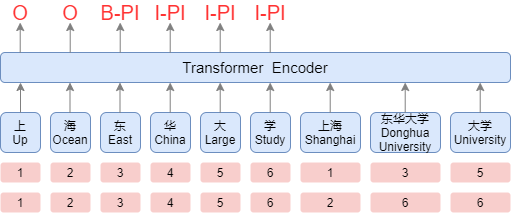
This is Flat-lattice Transformer.png from AddsionPaPa/NLP, a draw.io export, as it was before one commit. Source tidied: cells renumbered, new cells last; positions are measured from the earlier drawing's top-left corner, leaving out a move shared by most shapes.
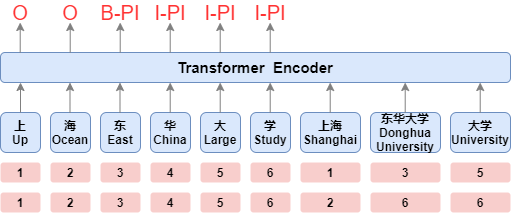
After the commit.

The edit, as a diff of the source:
```diff
@@ -2,88 +2,88 @@
   <root>
     <mxCell id="0" />
     <mxCell id="1" parent="0" />
-    <mxCell id="2" value="上&lt;br&gt;Up" style="rounded=1;whiteSpace=wrap;html=1;strokeColor=#6c8ebf;fillColor=#dae8fc;" parent="1" vertex="1">
+    <mxCell id="2" value="&lt;b&gt;上&lt;br&gt;Up&lt;/b&gt;" style="rounded=1;whiteSpace=wrap;html=1;strokeColor=#6c8ebf;fillColor=#dae8fc;" parent="1" vertex="1">
       <mxGeometry y="110" width="40" height="40" as="geometry" />
     </mxCell>
-    <mxCell id="3" value="1" style="rounded=1;whiteSpace=wrap;html=1;fillColor=#f8cecc;strokeColor=none;" parent="1" vertex="1">
+    <mxCell id="3" value="&lt;b&gt;1&lt;/b&gt;" style="rounded=1;whiteSpace=wrap;html=1;fillColor=#f8cecc;strokeColor=none;" parent="1" vertex="1">
       <mxGeometry y="160" width="40" height="20" as="geometry" />
     </mxCell>
-    <mxCell id="4" value="1" style="rounded=1;whiteSpace=wrap;html=1;fillColor=#f8cecc;strokeColor=none;" parent="1" vertex="1">
+    <mxCell id="4" value="&lt;b&gt;1&lt;/b&gt;" style="rounded=1;whiteSpace=wrap;html=1;fillColor=#f8cecc;strokeColor=none;" parent="1" vertex="1">
       <mxGeometry y="190" width="40" height="20" as="geometry" />
     </mxCell>
-    <mxCell id="5" value="海&lt;br&gt;Ocean" style="rounded=1;whiteSpace=wrap;html=1;strokeColor=#6c8ebf;fillColor=#dae8fc;" parent="1" vertex="1">
+    <mxCell id="5" value="&lt;b&gt;海&lt;br&gt;Ocean&lt;/b&gt;" style="rounded=1;whiteSpace=wrap;html=1;strokeColor=#6c8ebf;fillColor=#dae8fc;" parent="1" vertex="1">
       <mxGeometry x="50" y="110" width="40" height="40" as="geometry" />
     </mxCell>
-    <mxCell id="6" value="2" style="rounded=1;whiteSpace=wrap;html=1;fillColor=#f8cecc;strokeColor=none;" parent="1" vertex="1">
+    <mxCell id="6" value="&lt;b&gt;2&lt;/b&gt;" style="rounded=1;whiteSpace=wrap;html=1;fillColor=#f8cecc;strokeColor=none;" parent="1" vertex="1">
       <mxGeometry x="50" y="160" width="40" height="20" as="geometry" />
     </mxCell>
-    <mxCell id="7" value="2" style="rounded=1;whiteSpace=wrap;html=1;fillColor=#f8cecc;strokeColor=none;" parent="1" vertex="1">
+    <mxCell id="7" value="&lt;b&gt;2&lt;/b&gt;" style="rounded=1;whiteSpace=wrap;html=1;fillColor=#f8cecc;strokeColor=none;" parent="1" vertex="1">
       <mxGeometry x="50" y="190" width="40" height="20" as="geometry" />
     </mxCell>
-    <mxCell id="8" value="东&lt;br&gt;East" style="rounded=1;whiteSpace=wrap;html=1;strokeColor=#6c8ebf;fillColor=#dae8fc;" parent="1" vertex="1">
+    <mxCell id="8" value="&lt;b&gt;东&lt;br&gt;East&lt;/b&gt;" style="rounded=1;whiteSpace=wrap;html=1;strokeColor=#6c8ebf;fillColor=#dae8fc;" parent="1" vertex="1">
       <mxGeometry x="100" y="110" width="40" height="40" as="geometry" />
     </mxCell>
-    <mxCell id="9" value="3" style="rounded=1;whiteSpace=wrap;html=1;fillColor=#f8cecc;strokeColor=none;" parent="1" vertex="1">
+    <mxCell id="9" value="&lt;b&gt;3&lt;/b&gt;" style="rounded=1;whiteSpace=wrap;html=1;fillColor=#f8cecc;strokeColor=none;" parent="1" vertex="1">
       <mxGeometry x="100" y="160" width="40" height="20" as="geometry" />
     </mxCell>
-    <mxCell id="10" value="3" style="rounded=1;whiteSpace=wrap;html=1;fillColor=#f8cecc;strokeColor=none;" parent="1" vertex="1">
+    <mxCell id="10" value="&lt;b&gt;3&lt;/b&gt;" style="rounded=1;whiteSpace=wrap;html=1;fillColor=#f8cecc;strokeColor=none;" parent="1" vertex="1">
       <mxGeometry x="100" y="190" width="40" height="20" as="geometry" />
     </mxCell>
-    <mxCell id="11" value="华&lt;br&gt;China" style="rounded=1;whiteSpace=wrap;html=1;strokeColor=#6c8ebf;fillColor=#dae8fc;" parent="1" vertex="1">
+    <mxCell id="11" value="&lt;b&gt;华&lt;br&gt;China&lt;/b&gt;" style="rounded=1;whiteSpace=wrap;html=1;strokeColor=#6c8ebf;fillColor=#dae8fc;" parent="1" vertex="1">
       <mxGeometry x="150" y="110" width="40" height="40" as="geometry" />
     </mxCell>
-    <mxCell id="12" value="4" style="rounded=1;whiteSpace=wrap;html=1;fillColor=#f8cecc;strokeColor=none;" parent="1" vertex="1">
+    <mxCell id="12" value="&lt;b&gt;4&lt;/b&gt;" style="rounded=1;whiteSpace=wrap;html=1;fillColor=#f8cecc;strokeColor=none;" parent="1" vertex="1">
       <mxGeometry x="150" y="160" width="40" height="20" as="geometry" />
     </mxCell>
-    <mxCell id="13" value="4" style="rounded=1;whiteSpace=wrap;html=1;fillColor=#f8cecc;strokeColor=none;" parent="1" vertex="1">
+    <mxCell id="13" value="&lt;b&gt;4&lt;/b&gt;" style="rounded=1;whiteSpace=wrap;html=1;fillColor=#f8cecc;strokeColor=none;" parent="1" vertex="1">
       <mxGeometry x="150" y="190" width="40" height="20" as="geometry" />
     </mxCell>
-    <mxCell id="14" value="大&lt;br&gt;Large" style="rounded=1;whiteSpace=wrap;html=1;strokeColor=#6c8ebf;fillColor=#dae8fc;" parent="1" vertex="1">
+    <mxCell id="14" value="&lt;b&gt;大&lt;br&gt;Large&lt;/b&gt;" style="rounded=1;whiteSpace=wrap;html=1;strokeColor=#6c8ebf;fillColor=#dae8fc;" parent="1" vertex="1">
       <mxGeometry x="200" y="110" width="40" height="40" as="geometry" />
     </mxCell>
-    <mxCell id="15" value="5" style="rounded=1;whiteSpace=wrap;html=1;fillColor=#f8cecc;strokeColor=none;" parent="1" vertex="1">
+    <mxCell id="15" value="&lt;b&gt;5&lt;/b&gt;" style="rounded=1;whiteSpace=wrap;html=1;fillColor=#f8cecc;strokeColor=none;" parent="1" vertex="1">
       <mxGeometry x="200" y="160" width="40" height="20" as="geometry" />
     </mxCell>
-    <mxCell id="16" value="5" style="rounded=1;whiteSpace=wrap;html=1;fillColor=#f8cecc;strokeColor=none;" parent="1" vertex="1">
+    <mxCell id="16" value="&lt;b&gt;5&lt;/b&gt;" style="rounded=1;whiteSpace=wrap;html=1;fillColor=#f8cecc;strokeColor=none;" parent="1" vertex="1">
       <mxGeometry x="200" y="190" width="40" height="20" as="geometry" />
     </mxCell>
-    <mxCell id="17" value="学&lt;br&gt;Study" style="rounded=1;whiteSpace=wrap;html=1;strokeColor=#6c8ebf;fillColor=#dae8fc;" parent="1" vertex="1">
+    <mxCell id="17" value="&lt;b&gt;学&lt;br&gt;Study&lt;/b&gt;" style="rounded=1;whiteSpace=wrap;html=1;strokeColor=#6c8ebf;fillColor=#dae8fc;" parent="1" vertex="1">
       <mxGeometry x="250" y="110" width="40" height="40" as="geometry" />
     </mxCell>
-    <mxCell id="18" value="6" style="rounded=1;whiteSpace=wrap;html=1;fillColor=#f8cecc;strokeColor=none;" parent="1" vertex="1">
+    <mxCell id="18" value="&lt;b&gt;6&lt;/b&gt;" style="rounded=1;whiteSpace=wrap;html=1;fillColor=#f8cecc;strokeColor=none;" parent="1" vertex="1">
       <mxGeometry x="250" y="160" width="40" height="20" as="geometry" />
     </mxCell>
-    <mxCell id="19" value="6" style="rounded=1;whiteSpace=wrap;html=1;fillColor=#f8cecc;strokeColor=none;" parent="1" vertex="1">
+    <mxCell id="19" value="&lt;b&gt;6&lt;/b&gt;" style="rounded=1;whiteSpace=wrap;html=1;fillColor=#f8cecc;strokeColor=none;" parent="1" vertex="1">
       <mxGeometry x="250" y="190" width="40" height="20" as="geometry" />
     </mxCell>
-    <mxCell id="20" value="上海&lt;br&gt;Shanghai" style="rounded=1;whiteSpace=wrap;html=1;strokeColor=#6c8ebf;fillColor=#dae8fc;" parent="1" vertex="1">
+    <mxCell id="20" value="&lt;b&gt;上海&lt;br&gt;Shanghai&lt;/b&gt;" style="rounded=1;whiteSpace=wrap;html=1;strokeColor=#6c8ebf;fillColor=#dae8fc;" parent="1" vertex="1">
       <mxGeometry x="300" y="110" width="60" height="40" as="geometry" />
     </mxCell>
-    <mxCell id="21" value="1" style="rounded=1;whiteSpace=wrap;html=1;fillColor=#f8cecc;strokeColor=none;" parent="1" vertex="1">
+    <mxCell id="21" value="&lt;b&gt;1&lt;/b&gt;" style="rounded=1;whiteSpace=wrap;html=1;fillColor=#f8cecc;strokeColor=none;" parent="1" vertex="1">
       <mxGeometry x="300" y="160" width="60" height="20" as="geometry" />
     </mxCell>
-    <mxCell id="22" value="2" style="rounded=1;whiteSpace=wrap;html=1;fillColor=#f8cecc;strokeColor=none;" parent="1" vertex="1">
+    <mxCell id="22" value="&lt;b&gt;2&lt;/b&gt;" style="rounded=1;whiteSpace=wrap;html=1;fillColor=#f8cecc;strokeColor=none;" parent="1" vertex="1">
       <mxGeometry x="300" y="190" width="60" height="20" as="geometry" />
     </mxCell>
-    <mxCell id="23" value="东华大学&lt;br&gt;Donghua University" style="rounded=1;whiteSpace=wrap;html=1;strokeColor=#6c8ebf;fillColor=#dae8fc;" parent="1" vertex="1">
+    <mxCell id="23" value="&lt;b&gt;东华大学&lt;br&gt;Donghua University&lt;/b&gt;" style="rounded=1;whiteSpace=wrap;html=1;strokeColor=#6c8ebf;fillColor=#dae8fc;" parent="1" vertex="1">
       <mxGeometry x="370" y="110" width="70" height="40" as="geometry" />
     </mxCell>
-    <mxCell id="24" value="3" style="rounded=1;whiteSpace=wrap;html=1;fillColor=#f8cecc;strokeColor=none;" parent="1" vertex="1">
+    <mxCell id="24" value="&lt;b&gt;3&lt;/b&gt;" style="rounded=1;whiteSpace=wrap;html=1;fillColor=#f8cecc;strokeColor=none;" parent="1" vertex="1">
       <mxGeometry x="370" y="160" width="70" height="20" as="geometry" />
     </mxCell>
-    <mxCell id="25" value="6" style="rounded=1;whiteSpace=wrap;html=1;fillColor=#f8cecc;strokeColor=none;" parent="1" vertex="1">
+    <mxCell id="25" value="&lt;b&gt;6&lt;/b&gt;" style="rounded=1;whiteSpace=wrap;html=1;fillColor=#f8cecc;strokeColor=none;" parent="1" vertex="1">
       <mxGeometry x="370" y="190" width="70" height="20" as="geometry" />
     </mxCell>
-    <mxCell id="26" value="大学&lt;br&gt;University" style="rounded=1;whiteSpace=wrap;html=1;strokeColor=#6c8ebf;fillColor=#dae8fc;" parent="1" vertex="1">
+    <mxCell id="26" value="&lt;b&gt;大学&lt;br&gt;University&lt;/b&gt;" style="rounded=1;whiteSpace=wrap;html=1;strokeColor=#6c8ebf;fillColor=#dae8fc;" parent="1" vertex="1">
       <mxGeometry x="450" y="110" width="60" height="40" as="geometry" />
     </mxCell>
-    <mxCell id="27" value="5" style="rounded=1;whiteSpace=wrap;html=1;fillColor=#f8cecc;strokeColor=none;" parent="1" vertex="1">
+    <mxCell id="27" value="&lt;b&gt;5&lt;/b&gt;" style="rounded=1;whiteSpace=wrap;html=1;fillColor=#f8cecc;strokeColor=none;" parent="1" vertex="1">
       <mxGeometry x="450" y="160" width="60" height="20" as="geometry" />
     </mxCell>
-    <mxCell id="28" value="6" style="rounded=1;whiteSpace=wrap;html=1;fillColor=#f8cecc;strokeColor=none;" parent="1" vertex="1">
+    <mxCell id="28" value="&lt;b&gt;6&lt;/b&gt;" style="rounded=1;whiteSpace=wrap;html=1;fillColor=#f8cecc;strokeColor=none;" parent="1" vertex="1">
       <mxGeometry x="450" y="190" width="60" height="20" as="geometry" />
     </mxCell>
-    <mxCell id="29" value="&lt;font style=&quot;font-size: 15px&quot;&gt;Transformer&amp;nbsp; Encoder&lt;/font&gt;" style="rounded=1;whiteSpace=wrap;html=1;strokeColor=#6c8ebf;fillColor=#dae8fc;" parent="1" vertex="1">
+    <mxCell id="29" value="&lt;font style=&quot;font-size: 15px&quot;&gt;&lt;b&gt;Transformer&amp;nbsp; Encoder&lt;/b&gt;&lt;/font&gt;" style="rounded=1;whiteSpace=wrap;html=1;strokeColor=#6c8ebf;fillColor=#dae8fc;" parent="1" vertex="1">
       <mxGeometry y="50" width="510" height="30" as="geometry" />
     </mxCell>
     <mxCell id="30" style="endArrow=classic;html=1;exitX=0.5;exitY=0;exitDx=0;exitDy=0;strokeColor=#808080;" parent="1" edge="1" source="2">
```
